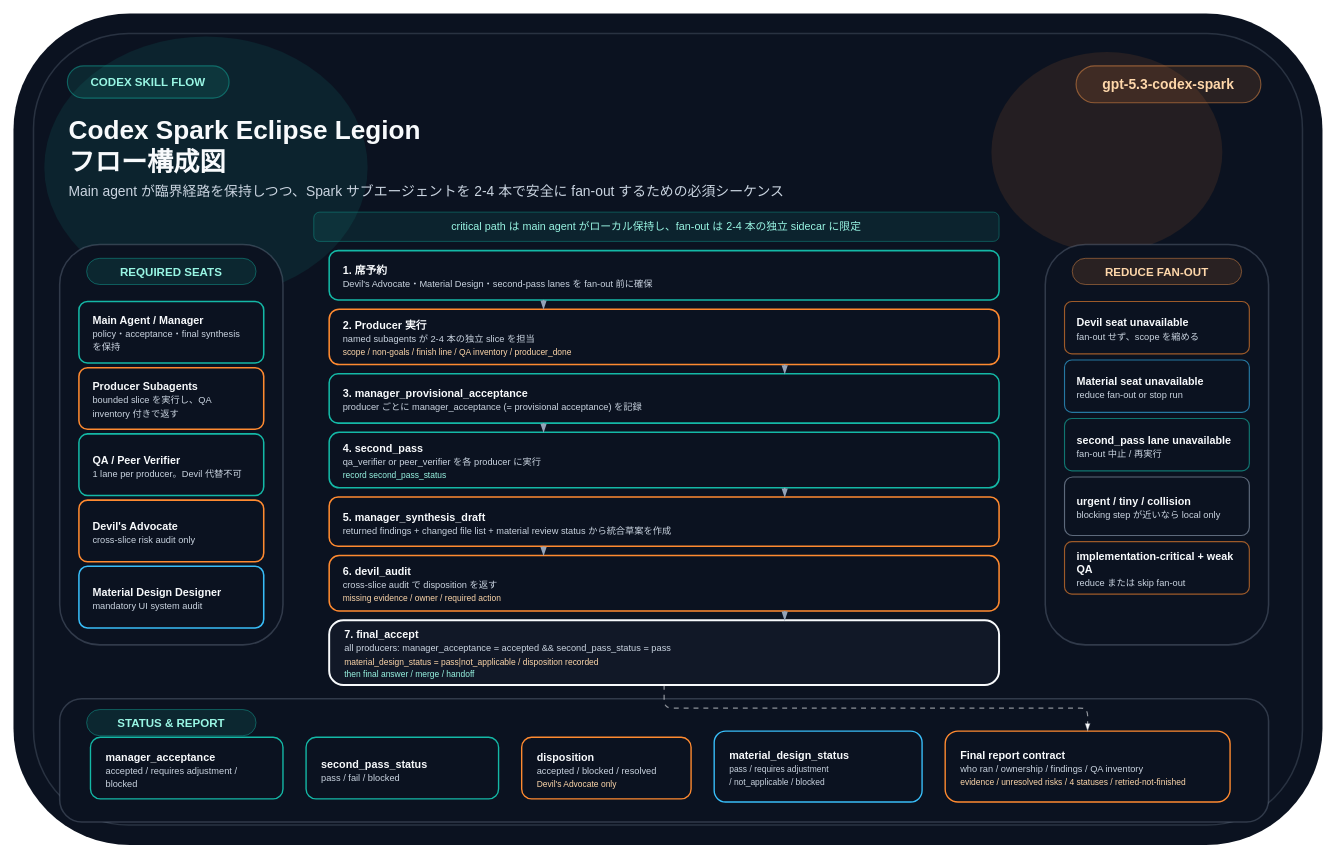
Earlier version of the draw.io diagram docs/public/legion-orchestration-flow.drawio (Sunwood-ai-labs/codex-spark-eclipse-legion). Source tidied: cells renumbered, new cells numbered last; positions are measured from the earlier drawing's top-left corner, leaving out a move shared by most shapes. Both pictures are drawn from the tidied source at 77%, with x=0, y=0 at pixel (13, 13).
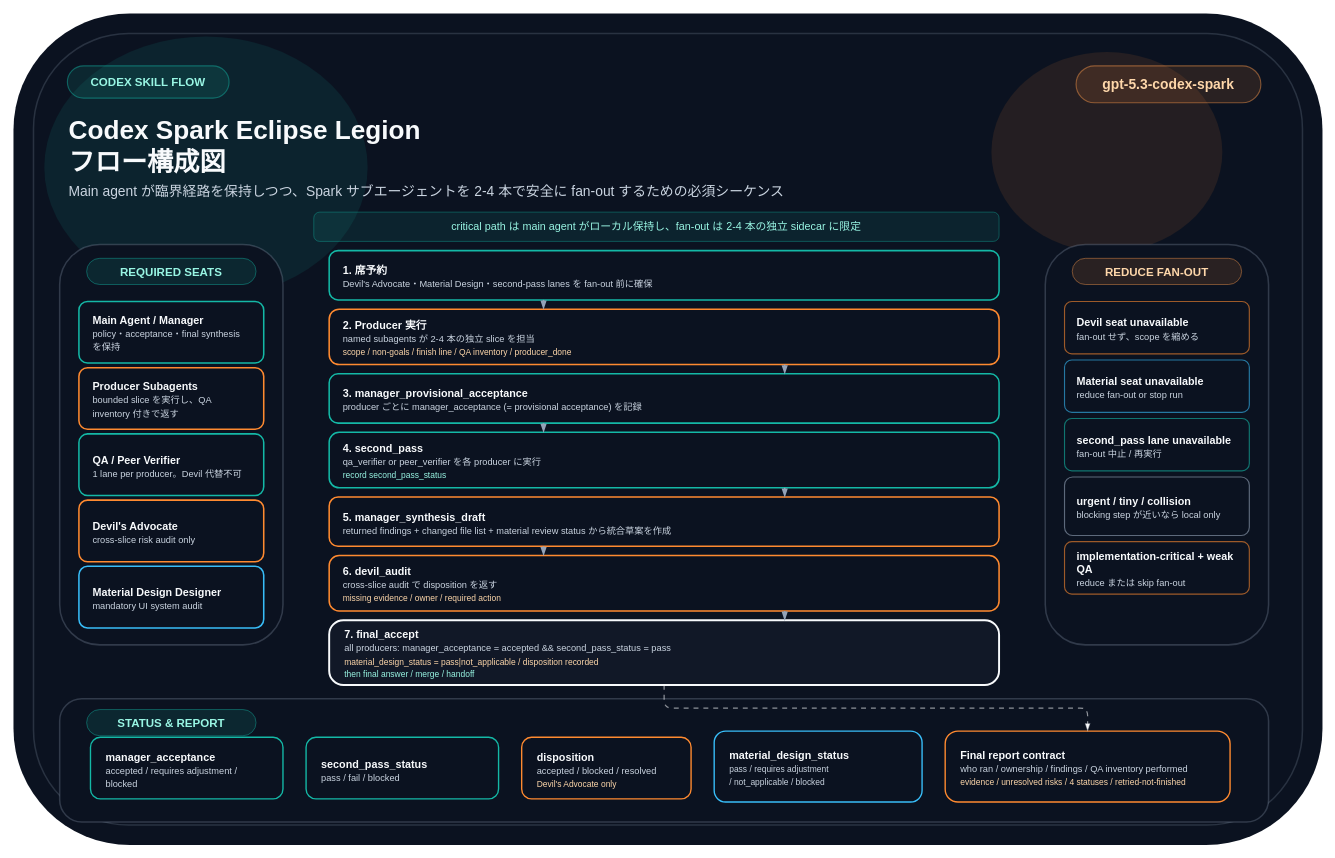
The same diagram, later.

Commit message (it also covers changes not shown here):
🧪 Require executed QA inventory in reports

Change to the diagram source:
```diff
@@
-    <mxCell id="38" value="&lt;b&gt;Final report contract&lt;/b&gt;&lt;br&gt;&lt;font style='font-size:12px;color:#CBD5E1'&gt;who ran / ownership / findings / QA inventory&lt;/font&gt;&lt;br&gt;&lt;font style='font-size:11px;color:#FED7AA'&gt;evidence / unresolved risks / 4 statuses / retried-not-finished&lt;/font&gt;" style="rounded=1;whiteSpace=wrap;html=1;arcSize=18;fillColor=#111827;gradientColor=#0B1220;gradientDirection=southEast;strokeColor=#FF8A30;strokeWidth=1.8;fontFamily=Noto Sans JP;fontSize=14;fontColor=#F8FAFC;align=left;verticalAlign=middle;spacingTop=12;spacingLeft=18;spacingRight=16;spacingBottom=6;" parent="1" vertex="1">
+    <mxCell id="38" value="&lt;b&gt;Final report contract&lt;/b&gt;&lt;br&gt;&lt;font style='font-size:12px;color:#CBD5E1'&gt;who ran / ownership / findings / QA inventory performed&lt;/font&gt;&lt;br&gt;&lt;font style='font-size:11px;color:#FED7AA'&gt;evidence / unresolved risks / 4 statuses / retried-not-finished&lt;/font&gt;" style="rounded=1;whiteSpace=wrap;html=1;arcSize=18;fillColor=#111827;gradientColor=#0B1220;gradientDirection=southEast;strokeColor=#FF8A30;strokeWidth=1.8;fontFamily=Noto Sans JP;fontSize=14;fontColor=#F8FAFC;align=left;verticalAlign=middle;spacingTop=12;spacingLeft=18;spacingRight=16;spacingBottom=6;" parent="1" vertex="1">
       <mxGeometry x="1210" y="932" width="370" height="92" as="geometry" />
     </mxCell>
```
